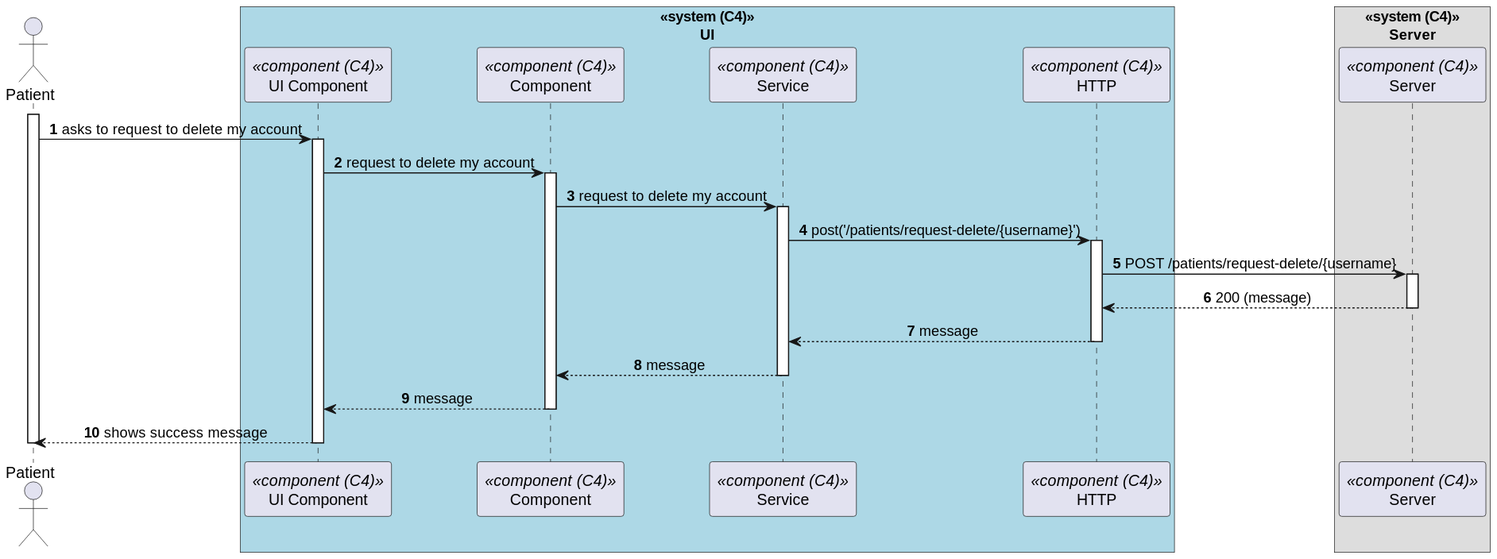
Earlier version of the PlantUML export docs/sprint-b/us-6.2.3/views/level3/process-view.svg (1220846/sem5pi-24-25-3ddg20).
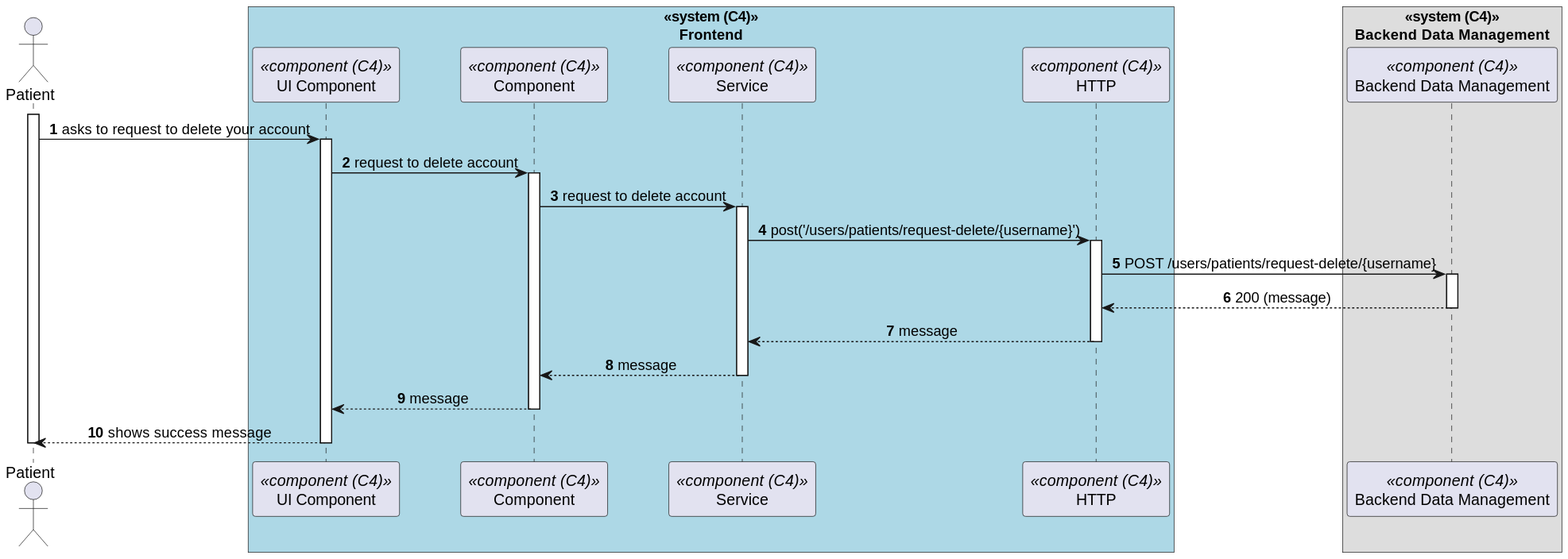
The same diagram one commit later.

What changed in the source:
```diff
@@ -2,43 +2,43 @@
 autonumber
 skinparam DefaultTextAlignment center
 actor Patient as "Patient"
-box "<<system (C4)>>\nUI"#LightBlue
+box "<<system (C4)>>\nFrontend"#LightBlue
   participant ComponentUI as "UI Component" <<component (C4)>>
   participant Component as "Component" <<component (C4)>>
-  participant SRV as "Service" <<component (C4)>>
+  participant Service as "Service" <<component (C4)>>
   participant HTTP as "HTTP" <<component (C4)>>
 end box
 
-box "<<system (C4)>>\nServer"
-  participant Server as "Server" <<component (C4)>>
+box "<<system (C4)>>\nBackend Data Management"
+  participant BackendDataManagement as "Backend Data Management" <<component (C4)>>
 end box
 
 activate Patient
 
-    Patient -> ComponentUI : asks to request to delete my account
+    Patient -> ComponentUI : asks to request to delete your account
     activate ComponentUI
 
-        ComponentUI -> Component : request to delete my account
+        ComponentUI -> Component : request to delete account
         activate Component
 
-            Component -> SRV : request to delete my account
-            activate SRV
+            Component -> Service : request to delete account
+            activate Service
 
-                SRV -> HTTP : post('/patients/request-delete/{username}')
+                Service -> HTTP : post('/users/patients/request-delete/{username}')
 
                 activate HTTP
-                    HTTP -> Server : POST /patients/request-delete/{username}
+                    HTTP -> BackendDataManagement : POST /users/patients/request-delete/{username}
 
-                    activate Server
-                        Server --> HTTP : 200 (message)
-                    deactivate Server
+                    activate BackendDataManagement
+                        BackendDataManagement --> HTTP : 200 (message)
+                    deactivate BackendDataManagement
 
-                    HTTP --> SRV : message
+                    HTTP --> Service : message
 
                 deactivate HTTP
 
-                SRV --> Component : message
-            deactivate SRV
+                Service --> Component : message
+            deactivate Service
 
             Component --> ComponentUI : message
         deactivate Component
```
